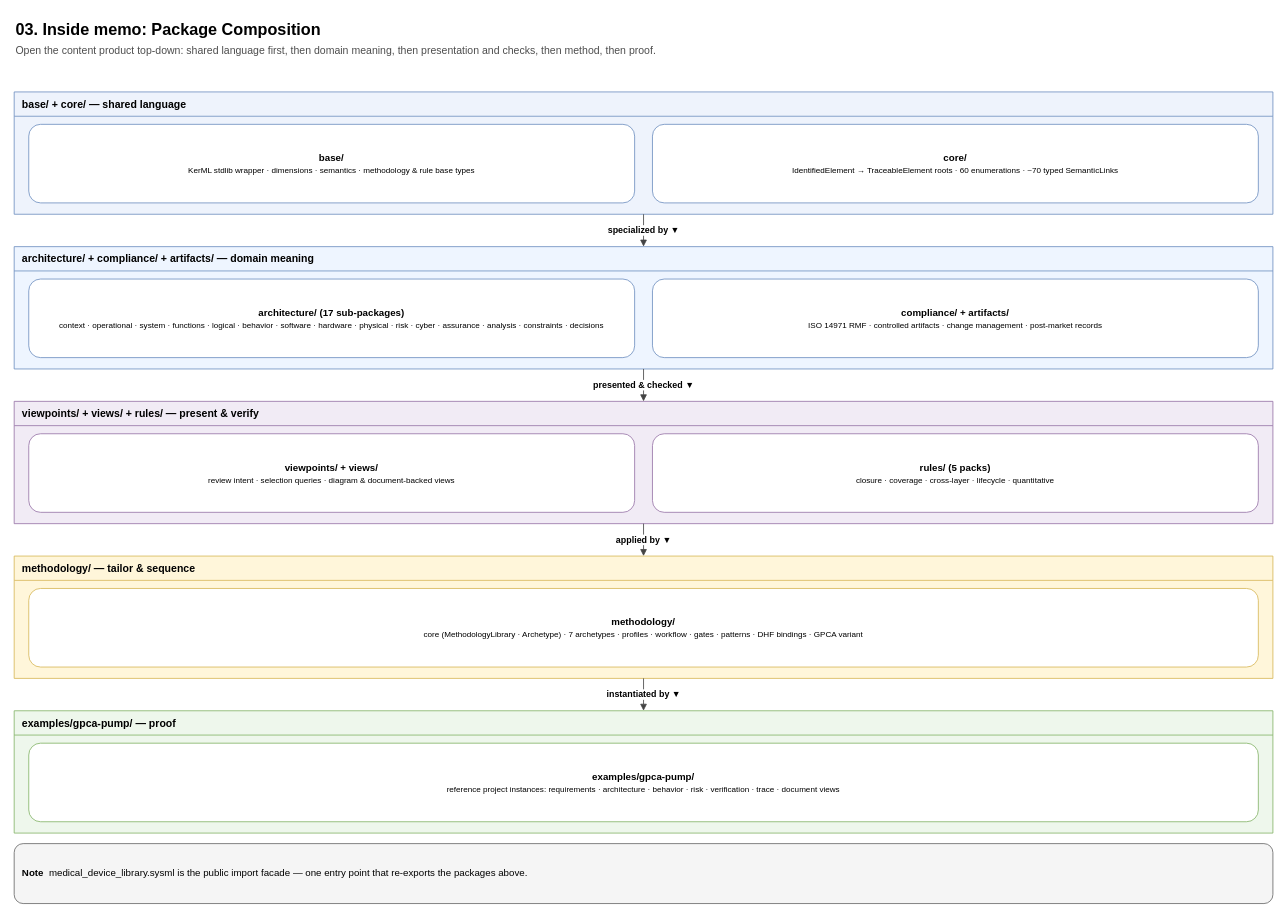
This is page "03-package-composition" (3 of 16) of docs/src/diagrams/ontology-medical-device-hierarchy.drawio from memoarchitect/memo-architect, a draw.io file, before an edit. Source tidied: cells renumbered, new cells numbered last; positions are measured from the earlier drawing's top-left corner, leaving out a move shared by most shapes. Both pictures are drawn from the tidied source at 81%, with x=0, y=0 at pixel (14, 14).
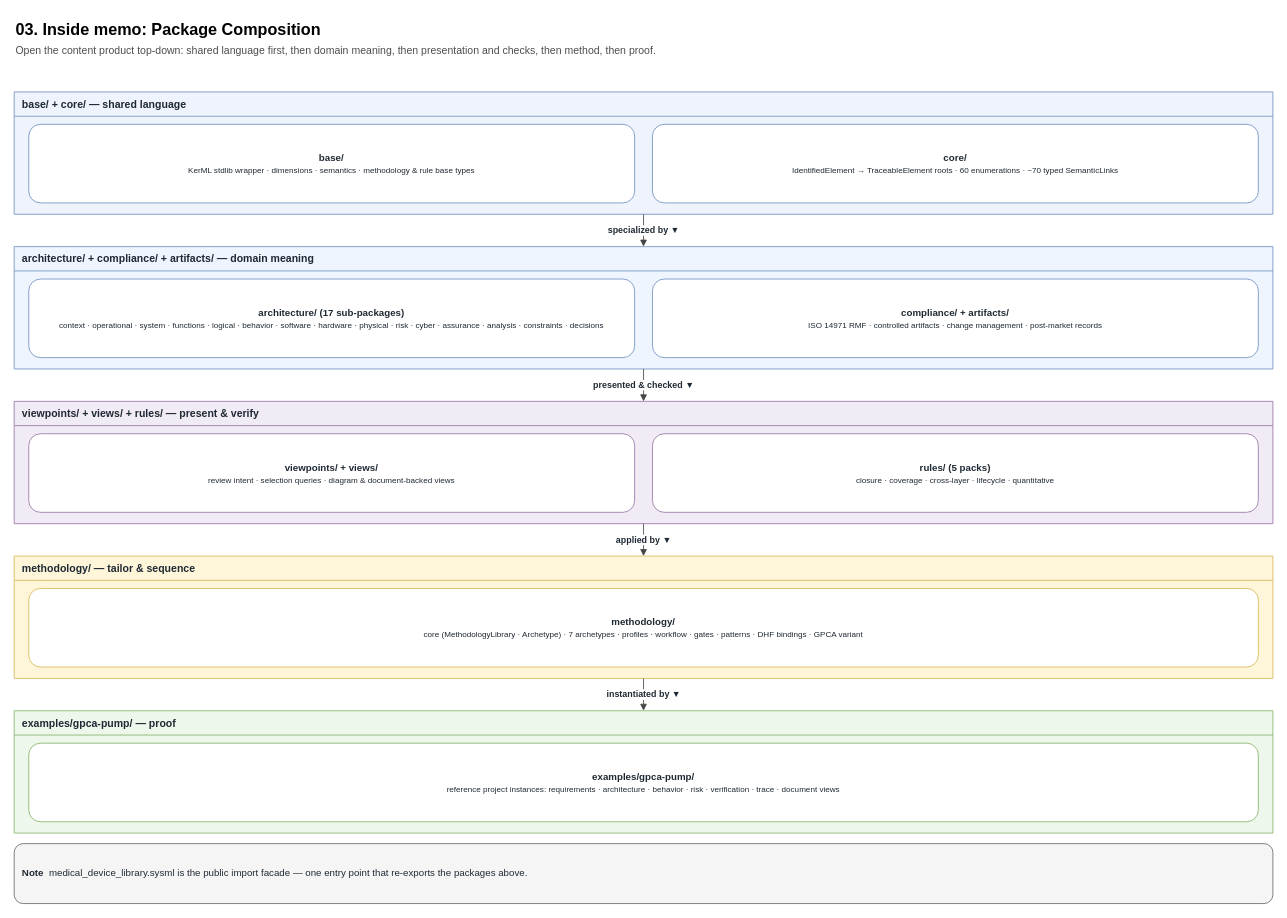
The same page after the edit.

Commit message (it also covers changes not shown here):
Update ontology diagram, gen script, presentations; ignore .claude/settings.local.json

Change to the diagram source:
```diff
@@
-    <mxCell id="3" value="&lt;b&gt;base/  +  core/   — shared language&lt;/b&gt;" style="swimlane;startSize=30;html=1;fontStyle=1;align=left;fillColor=#eef3fc;strokeColor=#6c8ebf;fontSize=13;swimlaneFillColor=#eef3fc;spacingLeft=8;" parent="1" vertex="1">
+    <mxCell id="3" value="&lt;b&gt;base/  +  core/   — shared language&lt;/b&gt;" style="swimlane;startSize=30;html=1;fontStyle=1;align=left;fillColor=#eef3fc;strokeColor=#6c8ebf;fontSize=13;fontColor=#1f2933;swimlaneFillColor=#eef3fc;spacingLeft=8;" parent="1" vertex="1">
       <mxGeometry y="96" width="1554" height="151" as="geometry" />
     </mxCell>
-    <mxCell id="4" value="&lt;b&gt;base/&lt;/b&gt;&lt;br/&gt;&lt;font style='font-size:10px'&gt;KerML stdlib wrapper · dimensions · semantics · methodology &amp; rule base types&lt;/font&gt;" style="rounded=1;whiteSpace=wrap;html=1;fillColor=#ffffff;strokeColor=#6c8ebf;fontSize=12;align=center;verticalAlign=middle;spacing=6;" parent="3" vertex="1">
+    <mxCell id="4" value="&lt;b&gt;base/&lt;/b&gt;&lt;br/&gt;&lt;font style='font-size:10px'&gt;KerML stdlib wrapper · dimensions · semantics · methodology &amp; rule base types&lt;/font&gt;" style="rounded=1;whiteSpace=wrap;html=1;fillColor=#ffffff;strokeColor=#6c8ebf;fontSize=12;fontColor=#1f2933;align=center;verticalAlign=middle;spacing=6;" parent="3" vertex="1">
       <mxGeometry x="18" y="40" width="748" height="97" as="geometry" />
     </mxCell>
-    <mxCell id="5" value="&lt;b&gt;core/&lt;/b&gt;&lt;br/&gt;&lt;font style='font-size:10px'&gt;IdentifiedElement → TraceableElement roots · 60 enumerations · ~70 typed SemanticLinks&lt;/font&gt;" style="rounded=1;whiteSpace=wrap;html=1;fillColor=#ffffff;strokeColor=#6c8ebf;fontSize=12;align=center;verticalAlign=middle;spacing=6;" parent="3" vertex="1">
+    <mxCell id="5" value="&lt;b&gt;core/&lt;/b&gt;&lt;br/&gt;&lt;font style='font-size:10px'&gt;IdentifiedElement → TraceableElement roots · 60 enumerations · ~70 typed SemanticLinks&lt;/font&gt;" style="rounded=1;whiteSpace=wrap;html=1;fillColor=#ffffff;strokeColor=#6c8ebf;fontSize=12;fontColor=#1f2933;align=center;verticalAlign=middle;spacing=6;" parent="3" vertex="1">
       <mxGeometry x="788" y="40" width="748" height="97" as="geometry" />
     </mxCell>
-    <mxCell id="6" value="&lt;b&gt;architecture/  +  compliance/  +  artifacts/   — domain meaning&lt;/b&gt;" style="swimlane;startSize=30;html=1;fontStyle=1;align=left;fillColor=#eef5ff;strokeColor=#6c8ebf;fontSize=13;swimlaneFillColor=#eef5ff;spacingLeft=8;" parent="1" vertex="1">
+    <mxCell id="6" value="&lt;b&gt;architecture/  +  compliance/  +  artifacts/   — domain meaning&lt;/b&gt;" style="swimlane;startSize=30;html=1;fontStyle=1;align=left;fillColor=#eef5ff;strokeColor=#6c8ebf;fontSize=13;fontColor=#1f2933;swimlaneFillColor=#eef5ff;spacingLeft=8;" parent="1" vertex="1">
       <mxGeometry y="287" width="1554" height="151" as="geometry" />
     </mxCell>
-    <mxCell id="7" value="&lt;b&gt;architecture/  (17 sub-packages)&lt;/b&gt;&lt;br/&gt;&lt;font style='font-size:10px'&gt;context · operational · system · functions · logical · behavior · software · hardware · physical · risk · cyber · assurance · analysis · constraints · decisions&lt;/font&gt;" style="rounded=1;whiteSpace=wrap;html=1;fillColor=#ffffff;strokeColor=#6c8ebf;fontSize=12;align=center;verticalAlign=middle;spacing=6;" parent="6" vertex="1">
+    <mxCell id="7" value="&lt;b&gt;architecture/  (17 sub-packages)&lt;/b&gt;&lt;br/&gt;&lt;font style='font-size:10px'&gt;context · operational · system · functions · logical · behavior · software · hardware · physical · risk · cyber · assurance · analysis · constraints · decisions&lt;/font&gt;" style="rounded=1;whiteSpace=wrap;html=1;fillColor=#ffffff;strokeColor=#6c8ebf;fontSize=12;fontColor=#1f2933;align=center;verticalAlign=middle;spacing=6;" parent="6" vertex="1">
       <mxGeometry x="18" y="40" width="748" height="97" as="geometry" />
     </mxCell>
-    <mxCell id="8" value="&lt;b&gt;compliance/  +  artifacts/&lt;/b&gt;&lt;br/&gt;&lt;font style='font-size:10px'&gt;ISO 14971 RMF · controlled artifacts · change management · post-market records&lt;/font&gt;" style="rounded=1;whiteSpace=wrap;html=1;fillColor=#ffffff;strokeColor=#6c8ebf;fontSize=12;align=center;verticalAlign=middle;spacing=6;" parent="6" vertex="1">
+    <mxCell id="8" value="&lt;b&gt;compliance/  +  artifacts/&lt;/b&gt;&lt;br/&gt;&lt;font style='font-size:10px'&gt;ISO 14971 RMF · controlled artifacts · change management · post-market records&lt;/font&gt;" style="rounded=1;whiteSpace=wrap;html=1;fillColor=#ffffff;strokeColor=#6c8ebf;fontSize=12;fontColor=#1f2933;align=center;verticalAlign=middle;spacing=6;" parent="6" vertex="1">
       <mxGeometry x="788" y="40" width="748" height="97" as="geometry" />
     </mxCell>
-    <mxCell id="9" value="&lt;b&gt;viewpoints/ + views/  +  rules/   — present &amp; verify&lt;/b&gt;" style="swimlane;startSize=30;html=1;fontStyle=1;align=left;fillColor=#f1ebf5;strokeColor=#9673a6;fontSize=13;swimlaneFillColor=#f1ebf5;spacingLeft=8;" parent="1" vertex="1">
+    <mxCell id="9" value="&lt;b&gt;viewpoints/ + views/  +  rules/   — present &amp; verify&lt;/b&gt;" style="swimlane;startSize=30;html=1;fontStyle=1;align=left;fillColor=#f1ebf5;strokeColor=#9673a6;fontSize=13;fontColor=#1f2933;swimlaneFillColor=#f1ebf5;spacingLeft=8;" parent="1" vertex="1">
       <mxGeometry y="478" width="1554" height="151" as="geometry" />
     </mxCell>
-    <mxCell id="10" value="&lt;b&gt;viewpoints/  +  views/&lt;/b&gt;&lt;br/&gt;&lt;font style='font-size:10px'&gt;review intent · selection queries · diagram &amp; document-backed views&lt;/font&gt;" style="rounded=1;whiteSpace=wrap;html=1;fillColor=#ffffff;strokeColor=#9673a6;fontSize=12;align=center;verticalAlign=middle;spacing=6;" parent="9" vertex="1">
+    <mxCell id="10" value="&lt;b&gt;viewpoints/  +  views/&lt;/b&gt;&lt;br/&gt;&lt;font style='font-size:10px'&gt;review intent · selection queries · diagram &amp; document-backed views&lt;/font&gt;" style="rounded=1;whiteSpace=wrap;html=1;fillColor=#ffffff;strokeColor=#9673a6;fontSize=12;fontColor=#1f2933;align=center;verticalAlign=middle;spacing=6;" parent="9" vertex="1">
       <mxGeometry x="18" y="40" width="748" height="97" as="geometry" />
     </mxCell>
-    <mxCell id="11" value="&lt;b&gt;rules/  (5 packs)&lt;/b&gt;&lt;br/&gt;&lt;font style='font-size:10px'&gt;closure · coverage · cross-layer · lifecycle · quantitative&lt;/font&gt;" style="rounded=1;whiteSpace=wrap;html=1;fillColor=#ffffff;strokeColor=#9673a6;fontSize=12;align=center;verticalAlign=middle;spacing=6;" parent="9" vertex="1">
+    <mxCell id="11" value="&lt;b&gt;rules/  (5 packs)&lt;/b&gt;&lt;br/&gt;&lt;font style='font-size:10px'&gt;closure · coverage · cross-layer · lifecycle · quantitative&lt;/font&gt;" style="rounded=1;whiteSpace=wrap;html=1;fillColor=#ffffff;strokeColor=#9673a6;fontSize=12;fontColor=#1f2933;align=center;verticalAlign=middle;spacing=6;" parent="9" vertex="1">
       <mxGeometry x="788" y="40" width="748" height="97" as="geometry" />
     </mxCell>
-    <mxCell id="12" value="&lt;b&gt;methodology/   — tailor &amp; sequence&lt;/b&gt;" style="swimlane;startSize=30;html=1;fontStyle=1;align=left;fillColor=#fff6da;strokeColor=#d6b656;fontSize=13;swimlaneFillColor=#fff6da;spacingLeft=8;" parent="1" vertex="1">
+    <mxCell id="12" value="&lt;b&gt;methodology/   — tailor &amp; sequence&lt;/b&gt;" style="swimlane;startSize=30;html=1;fontStyle=1;align=left;fillColor=#fff6da;strokeColor=#d6b656;fontSize=13;fontColor=#1f2933;swimlaneFillColor=#fff6da;spacingLeft=8;" parent="1" vertex="1">
       <mxGeometry y="669" width="1554" height="151" as="geometry" />
     </mxCell>
-    <mxCell id="13" value="&lt;b&gt;methodology/&lt;/b&gt;&lt;br/&gt;&lt;font style='font-size:10px'&gt;core (MethodologyLibrary · Archetype) · 7 archetypes · profiles · workflow · gates · patterns · DHF bindings · GPCA variant&lt;/font&gt;" style="rounded=1;whiteSpace=wrap;html=1;fillColor=#ffffff;strokeColor=#d6b656;fontSize=12;align=center;verticalAlign=middle;spacing=6;" parent="12" vertex="1">
+    <mxCell id="13" value="&lt;b&gt;methodology/&lt;/b&gt;&lt;br/&gt;&lt;font style='font-size:10px'&gt;core (MethodologyLibrary · Archetype) · 7 archetypes · profiles · workflow · gates · patterns · DHF bindings · GPCA variant&lt;/font&gt;" style="rounded=1;whiteSpace=wrap;html=1;fillColor=#ffffff;strokeColor=#d6b656;fontSize=12;fontColor=#1f2933;align=center;verticalAlign=middle;spacing=6;" parent="12" vertex="1">
       <mxGeometry x="18" y="40" width="1518" height="97" as="geometry" />
     </mxCell>
-    <mxCell id="14" value="&lt;b&gt;examples/gpca-pump/   — proof&lt;/b&gt;" style="swimlane;startSize=30;html=1;fontStyle=1;align=left;fillColor=#eef7ec;strokeColor=#82b366;fontSize=13;swimlaneFillColor=#eef7ec;spacingLeft=8;" parent="1" vertex="1">
+    <mxCell id="14" value="&lt;b&gt;examples/gpca-pump/   — proof&lt;/b&gt;" style="swimlane;startSize=30;html=1;fontStyle=1;align=left;fillColor=#eef7ec;strokeColor=#82b366;fontSize=13;fontColor=#1f2933;swimlaneFillColor=#eef7ec;spacingLeft=8;" parent="1" vertex="1">
       <mxGeometry y="860" width="1554" height="151" as="geometry" />
     </mxCell>
-    <mxCell id="15" value="&lt;b&gt;examples/gpca-pump/&lt;/b&gt;&lt;br/&gt;&lt;font style='font-size:10px'&gt;reference project instances: requirements · architecture · behavior · risk · verification · trace · document views&lt;/font&gt;" style="rounded=1;whiteSpace=wrap;html=1;fillColor=#ffffff;strokeColor=#82b366;fontSize=12;align=center;verticalAlign=middle;spacing=6;" parent="14" vertex="1">
+    <mxCell id="15" value="&lt;b&gt;examples/gpca-pump/&lt;/b&gt;&lt;br/&gt;&lt;font style='font-size:10px'&gt;reference project instances: requirements · architecture · behavior · risk · verification · trace · document views&lt;/font&gt;" style="rounded=1;whiteSpace=wrap;html=1;fillColor=#ffffff;strokeColor=#82b366;fontSize=12;fontColor=#1f2933;align=center;verticalAlign=middle;spacing=6;" parent="14" vertex="1">
       <mxGeometry x="18" y="40" width="1518" height="97" as="geometry" />
     </mxCell>
-    <mxCell id="16" value="specialized by  ▼" style="endArrow=block;endFill=1;html=1;edgeStyle=orthogonalEdgeStyle;rounded=1;exitX=0.5;exitY=1;entryX=0.5;entryY=0;strokeColor=#444444;fontSize=11;fontStyle=1;labelBackgroundColor=#ffffff;" parent="1" edge="1" source="3" target="6">
+    <mxCell id="16" value="specialized by  ▼" style="endArrow=block;endFill=1;html=1;edgeStyle=orthogonalEdgeStyle;rounded=1;exitX=0.5;exitY=1;entryX=0.5;entryY=0;strokeColor=#444444;fontSize=11;fontStyle=1;fontColor=#1f2933;labelBackgroundColor=#ffffff;" parent="1" edge="1" source="3" target="6">
       <mxGeometry relative="1" as="geometry" />
     </mxCell>
-    <mxCell id="17" value="presented &amp; checked  ▼" style="endArrow=block;endFill=1;html=1;edgeStyle=orthogonalEdgeStyle;rounded=1;exitX=0.5;exitY=1;entryX=0.5;entryY=0;strokeColor=#444444;fontSize=11;fontStyle=1;labelBackgroundColor=#ffffff;" parent="1" edge="1" source="6" target="9">
+    <mxCell id="17" value="presented &amp; checked  ▼" style="endArrow=block;endFill=1;html=1;edgeStyle=orthogonalEdgeStyle;rounded=1;exitX=0.5;exitY=1;entryX=0.5;entryY=0;strokeColor=#444444;fontSize=11;fontStyle=1;fontColor=#1f2933;labelBackgroundColor=#ffffff;" parent="1" edge="1" source="6" target="9">
       <mxGeometry relative="1" as="geometry" />
     </mxCell>
-    <mxCell id="18" value="applied by  ▼" style="endArrow=block;endFill=1;html=1;edgeStyle=orthogonalEdgeStyle;rounded=1;exitX=0.5;exitY=1;entryX=0.5;entryY=0;strokeColor=#444444;fontSize=11;fontStyle=1;labelBackgroundColor=#ffffff;" parent="1" edge="1" source="9" target="12">
+    <mxCell id="18" value="applied by  ▼" style="endArrow=block;endFill=1;html=1;edgeStyle=orthogonalEdgeStyle;rounded=1;exitX=0.5;exitY=1;entryX=0.5;entryY=0;strokeColor=#444444;fontSize=11;fontStyle=1;fontColor=#1f2933;labelBackgroundColor=#ffffff;" parent="1" edge="1" source="9" target="12">
       <mxGeometry relative="1" as="geometry" />
     </mxCell>
-    <mxCell id="19" value="instantiated by  ▼" style="endArrow=block;endFill=1;html=1;edgeStyle=orthogonalEdgeStyle;rounded=1;exitX=0.5;exitY=1;entryX=0.5;entryY=0;strokeColor=#444444;fontSize=11;fontStyle=1;labelBackgroundColor=#ffffff;" parent="1" edge="1" source="12" target="14">
+    <mxCell id="19" value="instantiated by  ▼" style="endArrow=block;endFill=1;html=1;edgeStyle=orthogonalEdgeStyle;rounded=1;exitX=0.5;exitY=1;entryX=0.5;entryY=0;strokeColor=#444444;fontSize=11;fontStyle=1;fontColor=#1f2933;labelBackgroundColor=#ffffff;" parent="1" edge="1" source="12" target="14">
       <mxGeometry relative="1" as="geometry" />
     </mxCell>
-    <mxCell id="20" value="&lt;b&gt;Note&lt;/b&gt;&amp;nbsp;&amp;nbsp;&lt;font style='font-size:12px'&gt;medical_device_library.sysml is the public import facade — one entry point that re-exports the packages above.&lt;/font&gt;" style="rounded=1;whiteSpace=wrap;html=1;fillColor=#f5f5f5;strokeColor=#666666;fontSize=12;align=left;verticalAlign=middle;spacing=10;" parent="1" vertex="1">
+    <mxCell id="20" value="&lt;b&gt;Note&lt;/b&gt;&amp;nbsp;&amp;nbsp;&lt;font style='font-size:12px'&gt;medical_device_library.sysml is the public import facade — one entry point that re-exports the packages above.&lt;/font&gt;" style="rounded=1;whiteSpace=wrap;html=1;fillColor=#f5f5f5;strokeColor=#666666;fontSize=12;fontColor=#1f2933;align=left;verticalAlign=middle;spacing=10;" parent="1" vertex="1">
       <mxGeometry y="1024" width="1554" height="74" as="geometry" />
     </mxCell>
```
